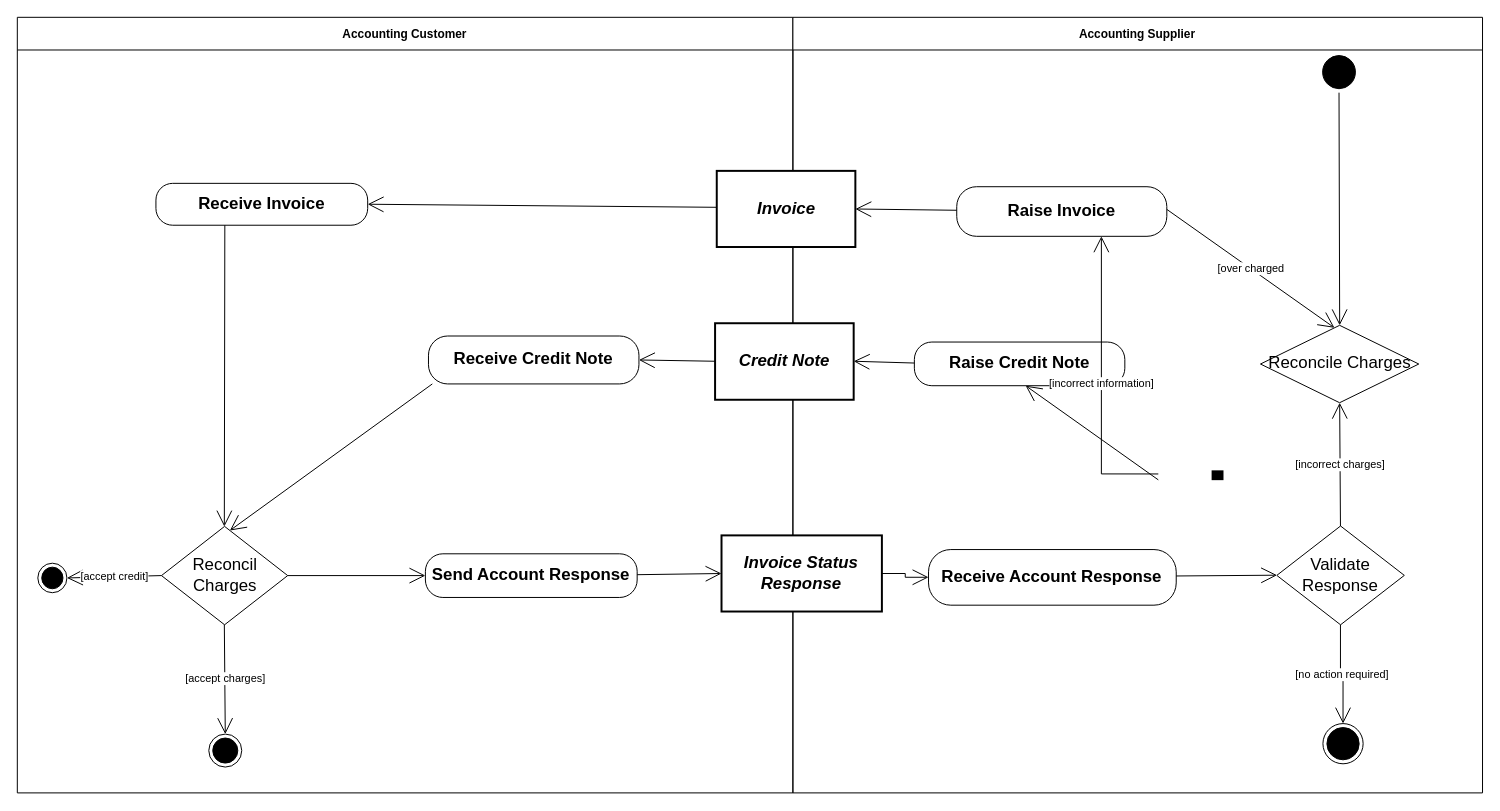
Before: examples/UBL-2.5-BillingwithCreditNoteProcess/UBL-2.5-BillingwithCreditNoteProcess.drawio in kduvekot/ubl-work-on-svg-images, a draw.io diagram. Source tidied: cells renumbered, new cells numbered last; positions are measured from the earlier drawing's top-left corner, leaving out a move shared by most shapes. Both pictures are drawn from the tidied source at 99%, with x=0, y=0 at pixel (17, 17).
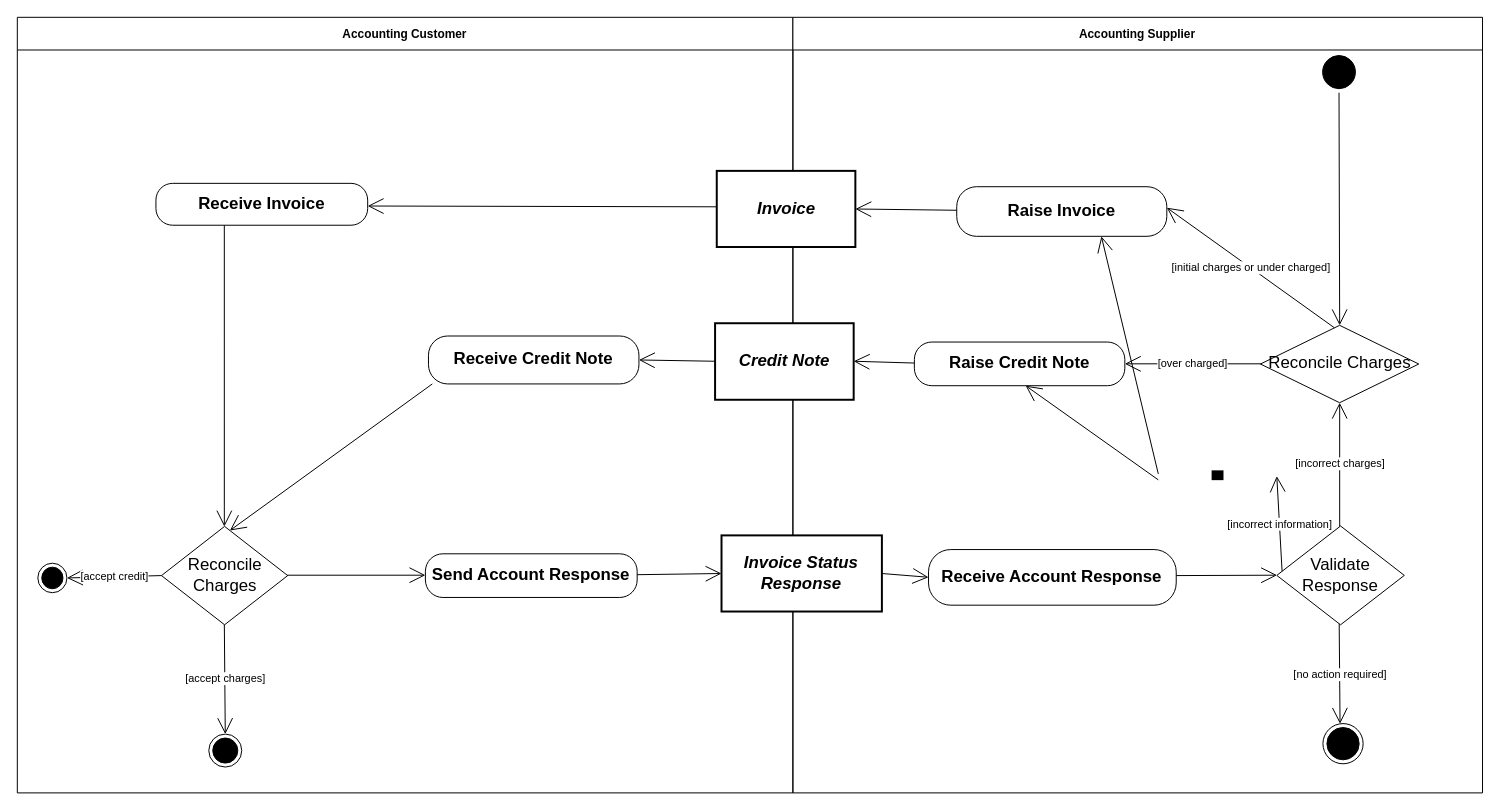
The same page after the edit.

The change refers to these unchanged cells:
```xml
<mxCell id="4" style="ellipse;html=1;shape=startState;fillColor=#000000;strokeColor=#000000;fontFamily=Helvetica;fontSize=17;" parent="1" vertex="1">
  <mxGeometry x="1314.5" y="34.6" width="41.1" height="41.5" as="geometry" />
</mxCell>
<mxCell id="5" value="Invoice" style="rounded=0;whiteSpace=wrap;html=1;fontStyle=3;strokeWidth=2;fontFamily=Helvetica;fontSize=17;" parent="1" vertex="1">
  <mxGeometry x="706.5" y="155.1" width="140" height="76.9" as="geometry" />
</mxCell>
<mxCell id="6" value="Receive Invoice" style="rounded=1;arcSize=40;whiteSpace=wrap;html=1;fontStyle=1;fontFamily=Helvetica;fontSize=17;" parent="1" vertex="1">
  <mxGeometry x="140" y="167.7" width="213.9" height="42.3" as="geometry" />
</mxCell>
<mxCell id="7" value="Raise Invoice" style="rounded=1;arcSize=40;whiteSpace=wrap;html=1;fontStyle=1;fontFamily=Helvetica;fontSize=17;" parent="1" vertex="1">
  <mxGeometry x="948.9" y="171.1" width="212.2" height="50.1" as="geometry" />
</mxCell>
<mxCell id="8" value="Credit Note" style="rounded=0;whiteSpace=wrap;html=1;fontStyle=3;strokeWidth=2;fontFamily=Helvetica;fontSize=17;" parent="1" vertex="1">
  <mxGeometry x="704.8" y="309" width="140" height="77.3" as="geometry" />
</mxCell>
<mxCell id="9" value="Reconcile Charges" style="rhombus;whiteSpace=wrap;html=1;fontFamily=Helvetica;fontSize=17;" parent="1" vertex="1">
  <mxGeometry x="1255.7" y="311.1" width="159.9" height="78.2" as="geometry" />
</mxCell>
<mxCell id="10" value="Receive Credit Note" style="rounded=1;arcSize=40;whiteSpace=wrap;html=1;fontStyle=1;fontFamily=Helvetica;fontSize=17;" parent="1" vertex="1">
  <mxGeometry x="415.3" y="321.9" width="212.6" height="48.4" as="geometry" />
</mxCell>
<mxCell id="11" value="Raise Credit Note" style="rounded=1;arcSize=40;whiteSpace=wrap;html=1;fontStyle=1;fontFamily=Helvetica;fontSize=17;" parent="1" vertex="1">
  <mxGeometry x="906.1" y="328" width="212.6" height="44.1" as="geometry" />
</mxCell>
<mxCell id="12" style="html=1;shape=line;direction=north;strokeWidth=12;fontFamily=Helvetica;fontSize=17;" parent="1" vertex="1">
  <mxGeometry x="1152.5" y="457.6" width="119.7" height="9.9" as="geometry" />
</mxCell>
<mxCell id="13" value="Validate Response" style="rhombus;whiteSpace=wrap;html=1;fontFamily=Helvetica;fontSize=17;" parent="1" vertex="1">
  <mxGeometry x="1272.2" y="513.8" width="128.8" height="99.8" as="geometry" />
</mxCell>
<mxCell id="15" value="Invoice Status Response" style="rounded=0;whiteSpace=wrap;html=1;fontStyle=3;strokeWidth=2;fontFamily=Helvetica;fontSize=17;" parent="1" vertex="1">
  <mxGeometry x="711.3" y="523.3" width="162" height="76.9" as="geometry" />
</mxCell>
<mxCell id="16" value="Receive Account Response" style="rounded=1;arcSize=40;whiteSpace=wrap;html=1;fontStyle=1;fontFamily=Helvetica;fontSize=17;" parent="1" vertex="1">
  <mxGeometry x="920.4" y="537.6" width="250.2" height="56.2" as="geometry" />
</mxCell>
<mxCell id="17" value="Send Account Response" style="rounded=1;arcSize=40;whiteSpace=wrap;html=1;fontStyle=1;fontFamily=Helvetica;fontSize=17;" parent="1" vertex="1">
  <mxGeometry x="412.2" y="541.9" width="213.9" height="44.1" as="geometry" />
</mxCell>
<mxCell id="18" style="ellipse;html=1;shape=endState;fillColor=#000000;strokeColor=#000000;fontFamily=Helvetica;fontSize=17;" parent="1" vertex="1">
  <mxGeometry x="20.7" y="551.4" width="29.4" height="29.8" as="geometry" />
</mxCell>
<mxCell id="19" style="ellipse;html=1;shape=endState;fillColor=#000000;strokeColor=#000000;fontFamily=Helvetica;fontSize=17;" parent="1" vertex="1">
  <mxGeometry x="1318.8" y="713.4" width="40.6" height="40.6" as="geometry" />
</mxCell>
<mxCell id="20" style="ellipse;html=1;shape=endState;fillColor=#000000;strokeColor=#000000;fontFamily=Helvetica;fontSize=17;" parent="1" vertex="1">
  <mxGeometry x="193.4" y="724" width="33.3" height="33.3" as="geometry" />
</mxCell>
```

Change to the diagram source:
```diff
@@
-    <mxCell id="14" value="Reconcil Charges" style="rhombus;whiteSpace=wrap;html=1;fontFamily=Helvetica;fontSize=17;" parent="1" vertex="1">
+    <mxCell id="14" value="Reconcile Charges" style="rhombus;whiteSpace=wrap;html=1;fontFamily=Helvetica;fontSize=17;" parent="1" vertex="1">
       <mxGeometry x="145.6" y="514.2" width="127.5" height="99.4" as="geometry" />
     </mxCell>
@@
-    <mxCell id="21" style="edgeStyle=none;rounded=0;html=1;endArrow=open;endFill=0;endSize=14;exitX=0.4939;exitY=1.0;entryX=0.5003;entryY=0.0;" parent="1" edge="1" source="4" target="9">
+    <mxCell id="21" style="edgeStyle=none;rounded=0;html=1;endArrow=open;endFill=0;endSize=14;exitX=0.5158;exitY=1.0;entryX=0.5003;entryY=0.0;" parent="1" edge="1" source="4" target="9">
       <mxGeometry relative="1" as="geometry" />
     </mxCell>
-    <mxCell id="22" style="edgeStyle=none;rounded=0;html=1;endArrow=open;endFill=0;endSize=14;exitX=0.0;exitY=0.4785;entryX=1.0;entryY=0.4988;" parent="1" edge="1" source="5" target="6">
+    <mxCell id="22" style="edgeStyle=none;rounded=0;html=1;endArrow=open;endFill=0;endSize=14;exitX=0.0;exitY=0.472;entryX=1.0;entryY=0.5414;" parent="1" edge="1" source="5" target="6">
       <mxGeometry relative="1" as="geometry" />
     </mxCell>
@@
-    <mxCell id="24" value="[over charged" style="edgeStyle=none;rounded=0;html=1;endArrow=open;endFill=0;endSize=14;exitX=1.0;exitY=0.4571;entryX=0.4653;entryY=0.0;" parent="1" edge="1" source="7" target="9">
+    <mxCell id="24" value="[initial charges or under charged]" style="edgeStyle=none;rounded=0;html=1;endArrow=open;endFill=0;endSize=14;exitX=0.4653;exitY=0.0;entryX=1.0;entryY=0.4232;" parent="1" edge="1" source="9" target="7">
       <mxGeometry relative="1" as="geometry" />
     </mxCell>
-    <mxCell id="25" style="edgeStyle=none;rounded=0;html=1;endArrow=open;endFill=0;endSize=14;exitX=0.3254;exitY=1.0;entryX=0.498;entryY=0.0;" parent="1" edge="1" source="6" target="14">
+    <mxCell id="25" style="edgeStyle=none;rounded=0;html=1;endArrow=open;endFill=0;endSize=14;exitX=0.323;exitY=1.0;entryX=0.498;entryY=0.0;" parent="1" edge="1" source="6" target="14">
       <mxGeometry relative="1" as="geometry" />
     </mxCell>
-    <mxCell id="26" value="[incorrect information]" style="edgeStyle=orthogonalEdgeStyle;rounded=0;html=1;endArrow=open;endFill=0;endSize=14;exitX=0.6316;exitY=0.0;entryX=0.6885;entryY=1.0;" parent="1" edge="1" source="12" target="7">
+    <mxCell id="26" style="edgeStyle=none;rounded=0;html=1;endArrow=open;endFill=0;endSize=14;exitX=0.6349;exitY=0.0;entryX=0.6885;entryY=1.0;" parent="1" edge="1" source="12" target="7">
       <mxGeometry relative="1" as="geometry" />
     </mxCell>
-    <mxCell id="27" style="edgeStyle=none;rounded=0;html=1;endArrow=open;endFill=0;endSize=14;exitX=0.0;exitY=0.4968;entryX=1.0;entryY=0.5;" parent="1" edge="1" source="8" target="10">
+    <mxCell id="27" value="[over charged]" style="edgeStyle=none;rounded=0;html=1;endArrow=open;endFill=0;endSize=14;exitX=0.0;exitY=0.4974;entryX=1.0;entryY=0.4989;" parent="1" edge="1" source="9" target="11">
       <mxGeometry relative="1" as="geometry" />
     </mxCell>
-    <mxCell id="28" style="edgeStyle=none;rounded=0;html=1;endArrow=open;endFill=0;endSize=14;exitX=0.0;exitY=0.4807;entryX=1.0;entryY=0.4968;" parent="1" edge="1" source="11" target="8">
+    <mxCell id="28" style="edgeStyle=none;rounded=0;html=1;endArrow=open;endFill=0;endSize=14;exitX=0.0;exitY=0.4968;entryX=1.0;entryY=0.5;" parent="1" edge="1" source="8" target="10">
       <mxGeometry relative="1" as="geometry" />
     </mxCell>
-    <mxCell id="29" style="edgeStyle=none;rounded=0;html=1;endArrow=open;endFill=0;endSize=14;exitX=0.0183;exitY=1.0;entryX=0.5459;entryY=0.0;" parent="1" edge="1" source="10" target="14">
+    <mxCell id="29" style="edgeStyle=none;rounded=0;html=1;endArrow=open;endFill=0;endSize=14;exitX=0.0;exitY=0.4807;entryX=1.0;entryY=0.4968;" parent="1" edge="1" source="11" target="8">
       <mxGeometry relative="1" as="geometry" />
     </mxCell>
-    <mxCell id="30" style="edgeStyle=none;rounded=0;html=1;endArrow=open;endFill=0;endSize=14;exitX=0.0284;exitY=0.0;entryX=0.5287;entryY=1.0;" parent="1" edge="1" source="12" target="11">
+    <mxCell id="30" style="edgeStyle=none;rounded=0;html=1;endArrow=open;endFill=0;endSize=14;exitX=0.0183;exitY=1.0;entryX=0.5459;entryY=0.0;" parent="1" edge="1" source="10" target="14">
       <mxGeometry relative="1" as="geometry" />
     </mxCell>
-    <mxCell id="31" value="[incorrect charges]" style="edgeStyle=none;rounded=0;html=1;endArrow=open;endFill=0;endSize=14;exitX=0.4992;exitY=0.0;entryX=0.5003;entryY=1.0;" parent="1" edge="1" source="13" target="9">
+    <mxCell id="31" style="edgeStyle=none;rounded=0;html=1;endArrow=open;endFill=0;endSize=14;exitX=0.0284;exitY=0.0;entryX=0.5287;entryY=1.0;" parent="1" edge="1" source="12" target="11">
       <mxGeometry relative="1" as="geometry" />
     </mxCell>
-    <mxCell id="32" style="edgeStyle=none;rounded=0;html=1;endArrow=open;endFill=0;endSize=14;exitX=1.0;exitY=0.4785;entryX=0.0;entryY=0.5007;" parent="1" edge="1" source="17" target="15">
+    <mxCell id="32" value="[incorrect charges]" style="edgeStyle=none;rounded=0;html=1;endArrow=open;endFill=0;endSize=14;exitX=0.493;exitY=0.0;entryX=0.5003;entryY=1.0;" parent="1" edge="1" source="13" target="9">
       <mxGeometry relative="1" as="geometry" />
     </mxCell>
-    <mxCell id="33" style="edgeStyle=none;rounded=0;html=1;endArrow=open;endFill=0;endSize=14;exitX=1.0;exitY=0.5;entryX=0.0;entryY=0.4989;" parent="1" edge="1" source="14" target="17">
+    <mxCell id="33" value="[incorrect information]" style="edgeStyle=none;rounded=0;html=1;endArrow=open;endFill=0;endSize=14;exitX=0.0;exitY=0.4549;entryX=0.4144;entryY=1.0;" parent="1" edge="1" source="13" target="12">
       <mxGeometry relative="1" as="geometry" />
     </mxCell>
-    <mxCell id="34" style="edgeStyle=orthogonalEdgeStyle;rounded=0;html=1;endArrow=open;endFill=0;endSize=14;exitX=1.0;exitY=0.5007;entryX=0.0;entryY=0.4982;" parent="1" edge="1" source="15" target="16">
+    <mxCell id="34" style="edgeStyle=none;rounded=0;html=1;endArrow=open;endFill=0;endSize=14;exitX=1.0;exitY=0.4785;entryX=0.0;entryY=0.5007;" parent="1" edge="1" source="17" target="15">
       <mxGeometry relative="1" as="geometry" />
     </mxCell>
-    <mxCell id="35" style="edgeStyle=none;rounded=0;html=1;endArrow=open;endFill=0;endSize=14;exitX=1.0;exitY=0.4751;entryX=0.0;entryY=0.498;" parent="1" edge="1" source="16" target="13">
+    <mxCell id="35" style="edgeStyle=none;rounded=0;html=1;endArrow=open;endFill=0;endSize=14;exitX=1.0;exitY=0.496;entryX=0.0;entryY=0.4898;" parent="1" edge="1" source="14" target="17">
       <mxGeometry relative="1" as="geometry" />
     </mxCell>
-    <mxCell id="36" value="[accept credit]" style="edgeStyle=none;rounded=0;html=1;endArrow=open;endFill=0;endSize=14;exitX=0.0;exitY=0.5;entryX=1.0;entryY=0.4933;" parent="1" edge="1" source="14" target="18">
+    <mxCell id="36" style="edgeStyle=none;rounded=0;html=1;endArrow=open;endFill=0;endSize=14;exitX=1.0;exitY=0.5007;entryX=0.0;entryY=0.4982;" parent="1" edge="1" source="15" target="16">
       <mxGeometry relative="1" as="geometry" />
     </mxCell>
-    <mxCell id="37" value="[accept charges]" style="edgeStyle=none;rounded=0;html=1;endArrow=open;endFill=0;endSize=14;exitX=0.498;exitY=1.0;entryX=0.4865;entryY=0.0;" parent="1" edge="1" source="14" target="20">
+    <mxCell id="37" style="edgeStyle=none;rounded=0;html=1;endArrow=open;endFill=0;endSize=14;exitX=1.0;exitY=0.468;entryX=0.0;entryY=0.498;" parent="1" edge="1" source="16" target="13">
       <mxGeometry relative="1" as="geometry" />
     </mxCell>
-    <mxCell id="38" value="[no action required]" style="edgeStyle=orthogonalEdgeStyle;rounded=0;html=1;endArrow=open;endFill=0;endSize=14;exitX=0.4992;exitY=1.0;entryX=0.4803;entryY=0.0;" parent="1" edge="1" source="13" target="19">
+    <mxCell id="38" value="[accept credit]" style="edgeStyle=none;rounded=0;html=1;endArrow=open;endFill=0;endSize=14;exitX=0.0;exitY=0.5;entryX=1.0;entryY=0.4765;" parent="1" edge="1" source="14" target="18">
       <mxGeometry relative="1" as="geometry" />
     </mxCell>
+    <mxCell id="39" value="[accept charges]" style="edgeStyle=none;rounded=0;html=1;endArrow=open;endFill=0;endSize=14;exitX=0.498;exitY=1.0;entryX=0.4715;entryY=0.0;" parent="1" edge="1" source="14" target="20">
+      <mxGeometry relative="1" as="geometry" />
+    </mxCell>
+    <mxCell id="40" value="[no action required]" style="edgeStyle=none;rounded=0;html=1;endArrow=open;endFill=0;endSize=14;exitX=0.4891;exitY=1.0;entryX=0.4261;entryY=0.0;" parent="1" edge="1" source="13" target="19">
+      <mxGeometry relative="1" as="geometry" />
+    </mxCell>
```
